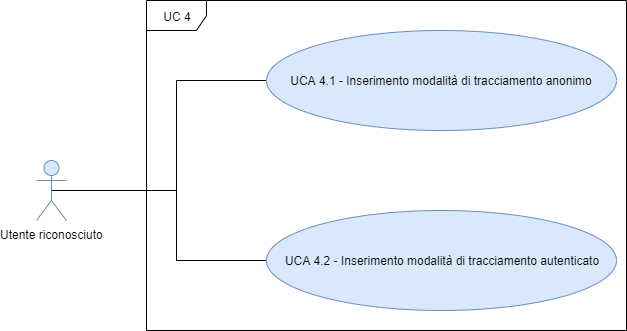
This is DocumentazioneEsterna/AnalisiRequisiti/sezioni/UseCase/Immagini/UCA4.png from qb-team/Stalker-Documentazione, a draw.io export, as it was before one commit. Source tidied: cells renumbered, new cells last; positions are measured from the earlier drawing's top-left corner, leaving out a move shared by most shapes.
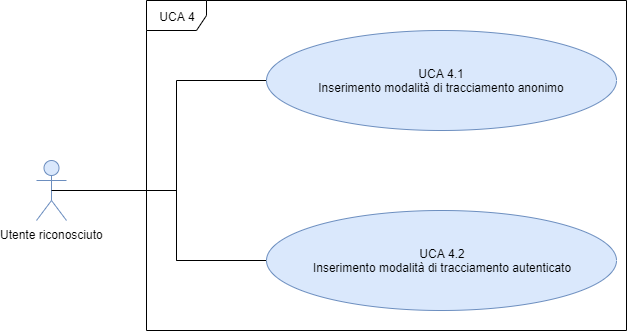
After the commit.

Commit message:
correzioni diagrammi UML 3 e 4

What changed in the source:
```diff
@@ -2,7 +2,7 @@
   <root>
     <mxCell id="0" />
     <mxCell id="1" parent="0" />
-    <mxCell id="2" value="UC 4" style="shape=umlFrame;whiteSpace=wrap;html=1;fontFamily=Helvetica;fontSize=12;" parent="1" vertex="1">
+    <mxCell id="2" value="UCA 4" style="shape=umlFrame;whiteSpace=wrap;html=1;fontFamily=Helvetica;fontSize=12;" parent="1" vertex="1">
       <mxGeometry x="110" width="480" height="330" as="geometry" />
     </mxCell>
     <mxCell id="3" value="Utente riconosciuto" style="shape=umlActor;verticalLabelPosition=bottom;labelBackgroundColor=#ffffff;verticalAlign=top;html=1;fillColor=#dae8fc;strokeColor=#6c8ebf;fontFamily=Helvetica;fontSize=12;" parent="1" vertex="1">
@@ -21,7 +21,7 @@
         <mxPoint x="140" y="260" as="targetPoint" />
       </mxGeometry>
     </mxCell>
-    <mxCell id="6" value="&lt;span style=&quot;font-size: 12px;&quot;&gt;UCA 4.1 - Inserimento modalità di tracciamento anonimo&lt;/span&gt;" style="ellipse;whiteSpace=wrap;html=1;fillColor=#dae8fc;strokeColor=#6c8ebf;fontFamily=Helvetica;fontSize=12;" parent="1" vertex="1">
+    <mxCell id="6" value="&lt;span style=&quot;font-size: 12px&quot;&gt;UCA 4.1&lt;br&gt;Inserimento modalità di tracciamento anonimo&lt;/span&gt;" style="ellipse;whiteSpace=wrap;html=1;fillColor=#dae8fc;strokeColor=#6c8ebf;fontFamily=Helvetica;fontSize=12;" parent="1" vertex="1">
       <mxGeometry x="230" y="30" width="350" height="100" as="geometry" />
     </mxCell>
     <mxCell id="7" style="edgeStyle=orthogonalEdgeStyle;rounded=0;jettySize=auto;html=1;exitX=0;exitY=0.5;exitDx=0;exitDy=0;endArrow=none;endFill=0;fontFamily=Helvetica;fontSize=12;" parent="1" edge="1" source="8">
@@ -33,7 +33,7 @@
         </Array>
       </mxGeometry>
     </mxCell>
-    <mxCell id="8" value="&lt;span style=&quot;font-size: 12px;&quot;&gt;UCA 4.2 - Inserimento modalità di tracciamento autenticato&lt;/span&gt;" style="ellipse;whiteSpace=wrap;html=1;fillColor=#dae8fc;strokeColor=#6c8ebf;fontFamily=Helvetica;fontSize=12;" parent="1" vertex="1">
+    <mxCell id="8" value="&lt;span style=&quot;font-size: 12px&quot;&gt;UCA 4.2&lt;br&gt;Inserimento modalità di tracciamento autenticato&lt;/span&gt;" style="ellipse;whiteSpace=wrap;html=1;fillColor=#dae8fc;strokeColor=#6c8ebf;fontFamily=Helvetica;fontSize=12;" parent="1" vertex="1">
       <mxGeometry x="230" y="210" width="350" height="100" as="geometry" />
     </mxCell>
   </root>
```
